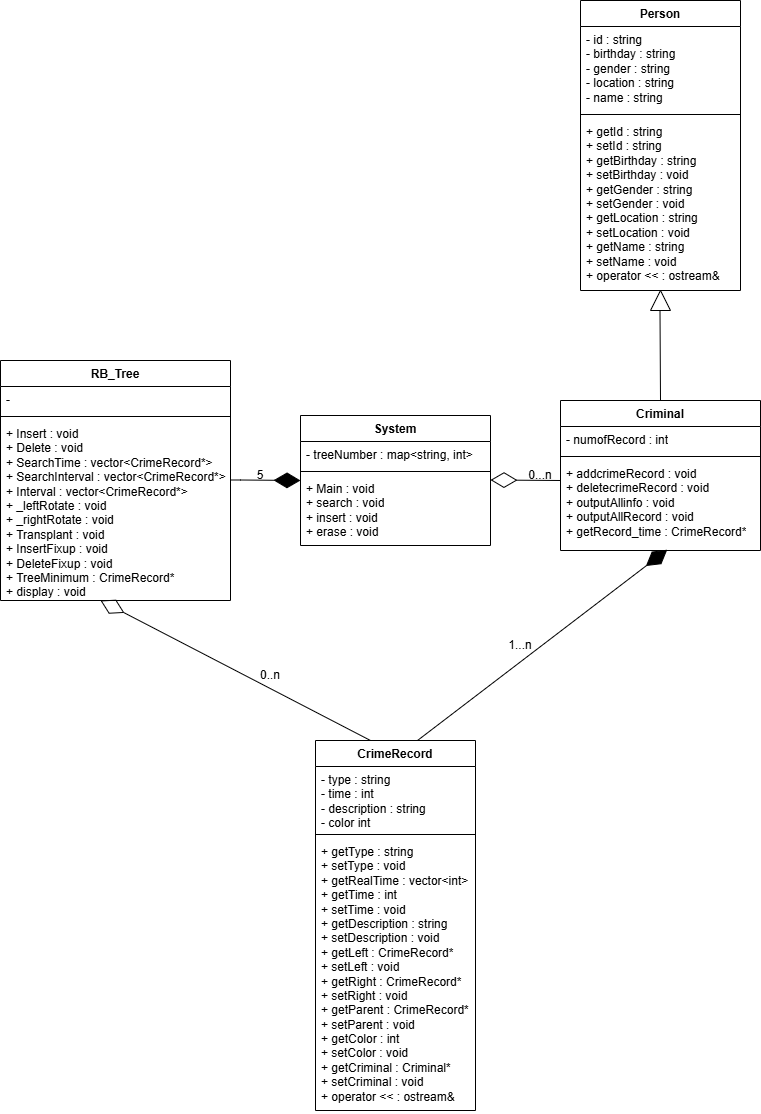
Earlier version of the draw.io export UML/CrimeRecordSystem_UML.drawio.png (yankai-lu/OOP-criminal-record-system). Source tidied: cells renumbered, new cells last; positions are measured from the earlier drawing's top-left corner, leaving out a move shared by most shapes.
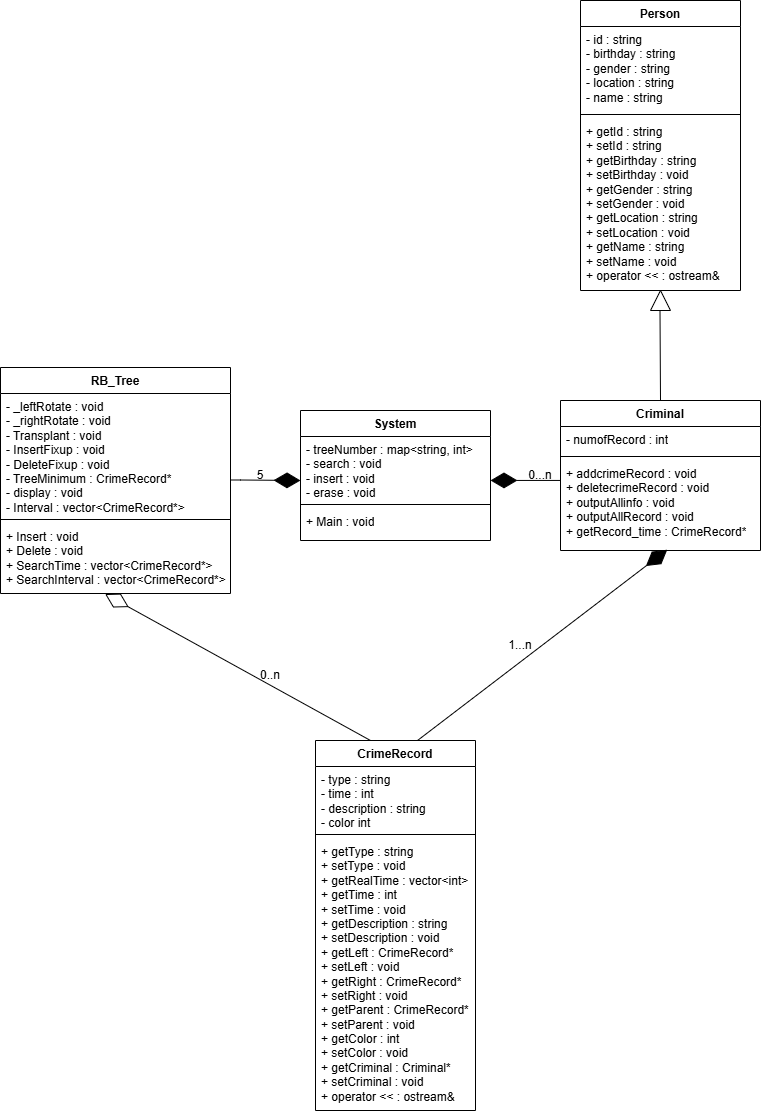
Later version of the same file.

Diff of the diagram source:
```diff
@@ -3,28 +3,28 @@
     <mxCell id="0" />
     <mxCell id="1" parent="0" />
     <mxCell id="2" value="System" style="swimlane;fontStyle=1;align=center;verticalAlign=top;horizontal=1;startSize=26;whiteSpace=wrap;html=1;" parent="1" vertex="1">
-      <mxGeometry x="300" y="415" width="190" height="130" as="geometry" />
+      <mxGeometry x="300" y="410" width="190" height="130" as="geometry" />
     </mxCell>
-    <mxCell id="3" value="&lt;div&gt;- treeNumber : map&amp;lt;string, int&lt;span style=&quot;background-color: initial;&quot;&gt;&amp;gt;&lt;/span&gt;&lt;/div&gt;" style="text;strokeColor=none;fillColor=none;align=left;verticalAlign=top;spacingLeft=4;spacingRight=4;overflow=hidden;whiteSpace=wrap;html=1;spacing=2;spacingTop=0;spacingBottom=0;fontStyle=0;horizontal=1;" parent="2" vertex="1">
-      <mxGeometry y="26" width="190" height="26" as="geometry" />
+    <mxCell id="3" value="&lt;div&gt;- treeNumber : map&amp;lt;string, int&lt;span style=&quot;background-color: initial;&quot;&gt;&amp;gt;&lt;/span&gt;&lt;/div&gt;&lt;div&gt;- search : void&lt;div&gt;- insert : void&lt;/div&gt;&lt;div&gt;- erase : void&lt;/div&gt;&lt;/div&gt;" style="text;strokeColor=none;fillColor=none;align=left;verticalAlign=top;spacingLeft=4;spacingRight=4;overflow=hidden;whiteSpace=wrap;html=1;spacing=2;spacingTop=0;spacingBottom=0;fontStyle=0;horizontal=1;" parent="2" vertex="1">
+      <mxGeometry y="26" width="190" height="64" as="geometry" />
     </mxCell>
     <mxCell id="4" style="line;strokeWidth=1;fillColor=none;align=left;verticalAlign=middle;spacingTop=-1;spacingLeft=3;spacingRight=3;labelPosition=right;strokeColor=inherit;" parent="2" vertex="1">
-      <mxGeometry y="52" width="190" height="8" as="geometry" />
+      <mxGeometry y="90" width="190" height="8" as="geometry" />
     </mxCell>
-    <mxCell id="5" value="&lt;div&gt;+ Main : void&lt;/div&gt;+ search : void&lt;div&gt;+ insert : void&lt;/div&gt;&lt;div&gt;+ erase : void&lt;/div&gt;" style="text;strokeColor=none;fillColor=none;align=left;verticalAlign=top;spacingLeft=4;spacingRight=4;overflow=hidden;whiteSpace=wrap;html=1;" parent="2" vertex="1">
-      <mxGeometry y="60" width="190" height="70" as="geometry" />
+    <mxCell id="5" value="&lt;div&gt;+ Main : void&lt;/div&gt;" style="text;strokeColor=none;fillColor=none;align=left;verticalAlign=top;spacingLeft=4;spacingRight=4;overflow=hidden;whiteSpace=wrap;html=1;" parent="2" vertex="1">
+      <mxGeometry y="98" width="190" height="32" as="geometry" />
     </mxCell>
     <mxCell id="6" value="RB_Tree" style="swimlane;fontStyle=1;align=center;verticalAlign=top;horizontal=1;startSize=26;whiteSpace=wrap;html=1;" parent="1" vertex="1">
-      <mxGeometry y="360" width="230" height="240" as="geometry" />
+      <mxGeometry y="367" width="230" height="226" as="geometry" />
     </mxCell>
-    <mxCell id="7" value="-" style="text;strokeColor=none;fillColor=none;align=left;verticalAlign=top;spacingLeft=4;spacingRight=4;overflow=hidden;whiteSpace=wrap;html=1;" parent="6" vertex="1">
-      <mxGeometry y="26" width="230" height="26" as="geometry" />
+    <mxCell id="7" value="&lt;div&gt;- _leftRotate : void&lt;/div&gt;&lt;div&gt;- _rightRotate : void&lt;/div&gt;&lt;div&gt;- Transplant : void&lt;/div&gt;&lt;div&gt;- InsertFixup : void&lt;/div&gt;&lt;div&gt;- DeleteFixup : void&lt;/div&gt;&lt;div&gt;- TreeMinimum : CrimeRecord*&lt;/div&gt;&lt;div&gt;- display : void&lt;/div&gt;&lt;div&gt;-&lt;span style=&quot;background-color: initial;&quot;&gt;&amp;nbsp;&lt;/span&gt;&lt;span style=&quot;background-color: initial;&quot;&gt;Interval : vector&amp;lt;CrimeRecord*&amp;gt;&lt;/span&gt;&lt;/div&gt;" style="text;strokeColor=none;fillColor=none;align=left;verticalAlign=top;spacingLeft=4;spacingRight=4;overflow=hidden;whiteSpace=wrap;html=1;" parent="6" vertex="1">
+      <mxGeometry y="26" width="230" height="122" as="geometry" />
     </mxCell>
     <mxCell id="8" style="line;strokeWidth=1;fillColor=none;align=left;verticalAlign=middle;spacingTop=-1;spacingLeft=3;spacingRight=3;labelPosition=right;strokeColor=inherit;" parent="6" vertex="1">
-      <mxGeometry y="52" width="230" height="8" as="geometry" />
+      <mxGeometry y="148" width="230" height="8" as="geometry" />
     </mxCell>
-    <mxCell id="9" value="+ Insert : void&lt;div&gt;+ Delete : void&lt;/div&gt;&lt;div&gt;+ SearchTime : vector&amp;lt;CrimeRecord*&amp;gt;&lt;/div&gt;&lt;div&gt;+ SearchInterval : vector&amp;lt;CrimeRecord*&amp;gt;&lt;/div&gt;&lt;div&gt;+ Interval : vector&amp;lt;CrimeRecord*&amp;gt;&lt;/div&gt;&lt;div&gt;+ _leftRotate : void&lt;/div&gt;&lt;div&gt;+ _rightRotate : void&lt;/div&gt;&lt;div&gt;+ Transplant : void&lt;/div&gt;&lt;div&gt;+ InsertFixup : void&lt;/div&gt;&lt;div&gt;+ DeleteFixup : void&lt;/div&gt;&lt;div&gt;+ TreeMinimum : CrimeRecord*&lt;/div&gt;&lt;div&gt;+ display : void&lt;/div&gt;&lt;div&gt;&lt;br&gt;&lt;/div&gt;" style="text;strokeColor=none;fillColor=none;align=left;verticalAlign=top;spacingLeft=4;spacingRight=4;overflow=hidden;points=[[0,0.5],[1,0.5]];portConstraint=eastwest;whiteSpace=wrap;html=1;" parent="6" vertex="1">
-      <mxGeometry y="60" width="230" height="180" as="geometry" />
+    <mxCell id="9" value="+ Insert : void&lt;div&gt;+ Delete : void&lt;/div&gt;&lt;div&gt;+ SearchTime : vector&amp;lt;CrimeRecord*&amp;gt;&lt;/div&gt;&lt;div&gt;+ SearchInterval : vector&amp;lt;CrimeRecord*&amp;gt;&lt;/div&gt;&lt;div&gt;&lt;br&gt;&lt;/div&gt;" style="text;strokeColor=none;fillColor=none;align=left;verticalAlign=top;spacingLeft=4;spacingRight=4;overflow=hidden;points=[[0,0.5],[1,0.5]];portConstraint=eastwest;whiteSpace=wrap;html=1;" parent="6" vertex="1">
+      <mxGeometry y="156" width="230" height="70" as="geometry" />
     </mxCell>
     <mxCell id="10" value="Criminal" style="swimlane;fontStyle=1;align=center;verticalAlign=top;horizontal=1;startSize=26;whiteSpace=wrap;html=1;" parent="1" vertex="1">
       <mxGeometry x="560" y="400" width="200" height="150" as="geometry" />
@@ -74,12 +74,6 @@
     <mxCell id="23" value="5" style="text;html=1;align=center;verticalAlign=middle;whiteSpace=wrap;rounded=0;" parent="1" vertex="1">
       <mxGeometry x="230" y="460" width="60" height="30" as="geometry" />
     </mxCell>
-    <mxCell id="24" style="endArrow=diamondThin;endFill=0;endSize=24;html=1;rounded=0;" parent="1" edge="1">
-      <mxGeometry relative="1" as="geometry">
-        <mxPoint x="560" y="480" as="sourcePoint" />
-        <mxPoint x="490" y="479.5" as="targetPoint" />
-      </mxGeometry>
-    </mxCell>
     <mxCell id="25" value="0...n" style="text;html=1;align=center;verticalAlign=middle;whiteSpace=wrap;rounded=0;" parent="1" vertex="1">
       <mxGeometry x="510" y="460" width="60" height="30" as="geometry" />
     </mxCell>
@@ -117,11 +111,16 @@
     <mxCell id="32" value="0..n" style="text;html=1;align=center;verticalAlign=middle;whiteSpace=wrap;rounded=0;" parent="1" vertex="1">
       <mxGeometry x="240" y="660" width="60" height="30" as="geometry" />
     </mxCell>
-    <mxCell id="33" style="endArrow=diamondThin;endFill=0;endSize=24;html=1;rounded=0;entryX=0.464;entryY=1.02;entryDx=0;entryDy=0;entryPerimeter=0;" parent="1" edge="1">
+    <mxCell id="33" style="endArrow=diamondThin;endFill=0;endSize=24;html=1;rounded=0;entryX=0.455;entryY=1.008;entryDx=0;entryDy=0;entryPerimeter=0;" parent="1" edge="1" target="9">
       <mxGeometry relative="1" as="geometry">
         <mxPoint x="370" y="740" as="sourcePoint" />
-        <mxPoint x="100" y="600" as="targetPoint" />
       </mxGeometry>
     </mxCell>
+    <mxCell id="34" style="endArrow=diamondThin;endFill=1;endSize=24;html=1;rounded=0;" parent="1" edge="1">
+      <mxGeometry relative="1" as="geometry">
+        <mxPoint x="560" y="479.9" as="sourcePoint" />
+        <mxPoint x="490" y="479.9" as="targetPoint" />
+      </mxGeometry>
+    </mxCell>
   </root>
 </mxGraphModel>
```
